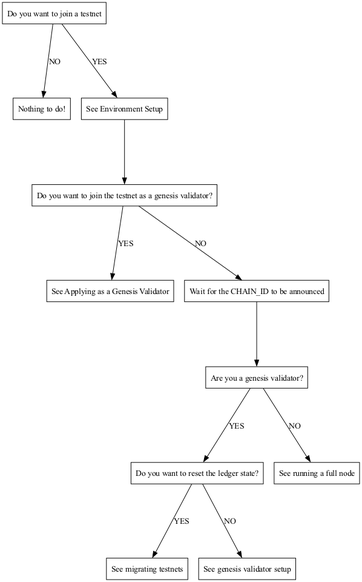
Above: docs/src/images/testnet_flowchart.png in anoma/namada-docs (Graphviz), before the change. Its source is kept beside it as docs/src/images/scripts/testnet_flowchart.dot.
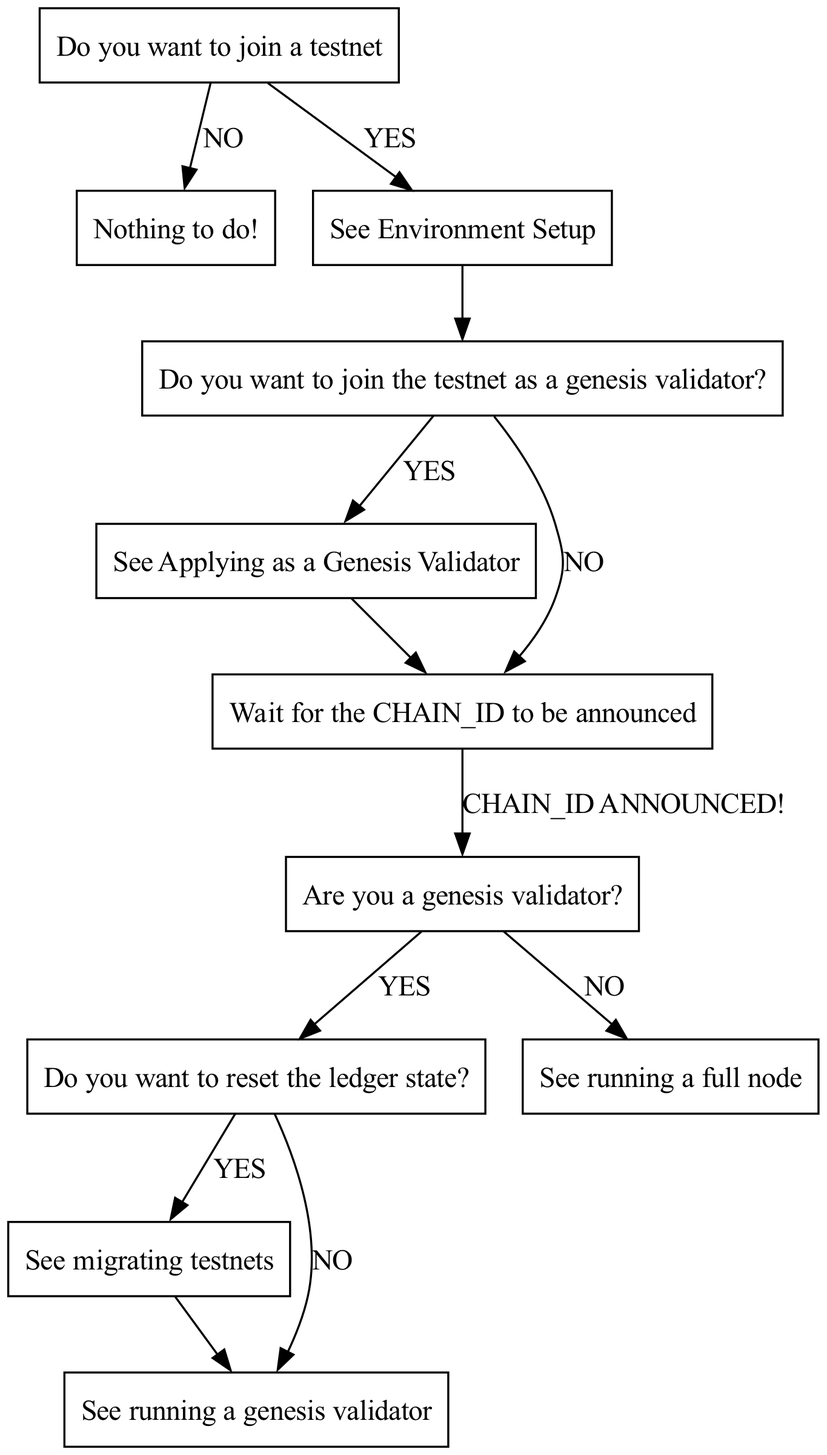
Later version of the same file.

What changed in the source:
```diff
@@ -11,15 +11,17 @@
     H [label="Do you want to reset the ledger state?"];
     I [label="See running a full node"];
     J [label="See migrating testnets"];
-    K [label="See genesis validator setup"];
+    K [label="See running a genesis validator"];
     A -> B [label="NO"];
     A -> C [label="YES"];
     C -> D;
     D -> E [label="YES"];
     D -> F [label="NO"];
-    F -> G;
+    E -> F;
+    F -> G [label="CHAIN_ID ANNOUNCED!"];
     G -> H [label="YES"];
     G -> I [label="NO"];
     H -> J [label="YES"];
     H -> K [label="NO"];
+    J -> K;
 }
```
